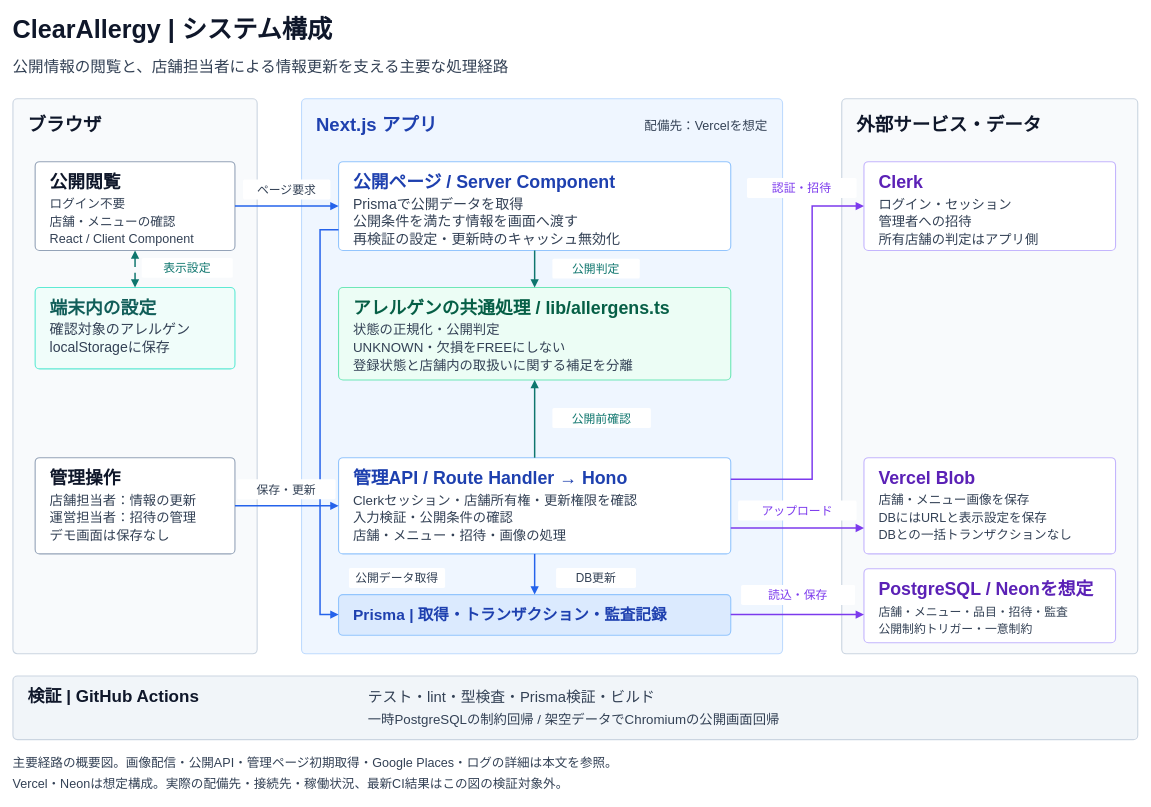
Kaito-Iwase/ClearAllergy keeps this draw.io diagram as docs/guide/diagrams/clearallergy-architecture.drawio. Above is the earlier version. Source tidied: cells renumbered, new cells numbered last; positions are measured from the earlier drawing's top-left corner, leaving out a move shared by most shapes. Both pictures are drawn from the tidied source at 74%, with x=0, y=0 at pixel (13, 13).
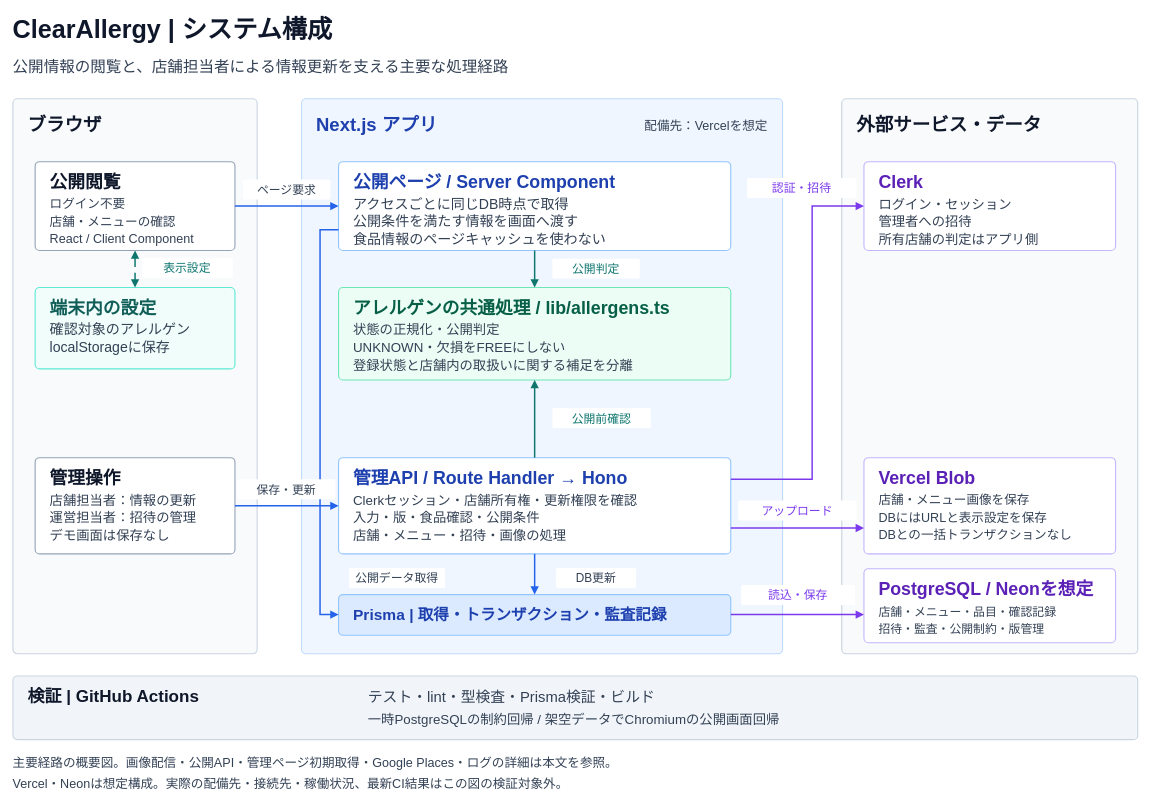
After the change.

Change to the diagram source:
```diff
@@
-    <mxCell id="27" value="Prismaで公開データを取得" style="text;html=0;strokeColor=none;fillColor=none;align=left;verticalAlign=middle;whiteSpace=wrap;rounded=0;fontFamily=Yu Gothic UI;fontSize=19;fontColor=#334155;fontStyle=0;spacing=0;" parent="1" vertex="1">
+    <mxCell id="27" value="アクセスごとに同じDB時点で取得" style="text;html=0;strokeColor=none;fillColor=none;align=left;verticalAlign=middle;whiteSpace=wrap;rounded=0;fontFamily=Yu Gothic UI;fontSize=19;fontColor=#334155;fontStyle=0;spacing=0;" parent="1" vertex="1">
       <mxGeometry x="460" y="246" width="490" height="25" as="geometry" />
     </mxCell>
@@
-    <mxCell id="29" value="再検証の設定・更新時のキャッシュ無効化" style="text;html=0;strokeColor=none;fillColor=none;align=left;verticalAlign=middle;whiteSpace=wrap;rounded=0;fontFamily=Yu Gothic UI;fontSize=19;fontColor=#334155;fontStyle=0;spacing=0;" parent="1" vertex="1">
+    <mxCell id="29" value="食品情報のページキャッシュを使わない" style="text;html=0;strokeColor=none;fillColor=none;align=left;verticalAlign=middle;whiteSpace=wrap;rounded=0;fontFamily=Yu Gothic UI;fontSize=19;fontColor=#334155;fontStyle=0;spacing=0;" parent="1" vertex="1">
       <mxGeometry x="460" y="294" width="490" height="25" as="geometry" />
     </mxCell>
@@
-    <mxCell id="38" value="入力検証・公開条件の確認" style="text;html=0;strokeColor=none;fillColor=none;align=left;verticalAlign=middle;whiteSpace=wrap;rounded=0;fontFamily=Yu Gothic UI;fontSize=18;fontColor=#334155;fontStyle=0;spacing=0;" parent="1" vertex="1">
+    <mxCell id="38" value="入力・版・食品確認・公開条件" style="text;html=0;strokeColor=none;fillColor=none;align=left;verticalAlign=middle;whiteSpace=wrap;rounded=0;fontFamily=Yu Gothic UI;fontSize=18;fontColor=#334155;fontStyle=0;spacing=0;" parent="1" vertex="1">
       <mxGeometry x="460" y="670" width="490" height="25" as="geometry" />
     </mxCell>
@@
-    <mxCell id="54" value="店舗・メニュー・品目・招待・監査" style="text;html=0;strokeColor=none;fillColor=none;align=left;verticalAlign=middle;whiteSpace=wrap;rounded=0;fontFamily=Yu Gothic UI;fontSize=16;fontColor=#334155;fontStyle=0;spacing=0;" parent="1" vertex="1">
+    <mxCell id="54" value="店舗・メニュー・品目・確認記録" style="text;html=0;strokeColor=none;fillColor=none;align=left;verticalAlign=middle;whiteSpace=wrap;rounded=0;fontFamily=Yu Gothic UI;fontSize=16;fontColor=#334155;fontStyle=0;spacing=0;" parent="1" vertex="1">
       <mxGeometry x="1170" y="796" width="300" height="25" as="geometry" />
     </mxCell>
-    <mxCell id="55" value="公開制約トリガー・一意制約" style="text;html=0;strokeColor=none;fillColor=none;align=left;verticalAlign=middle;whiteSpace=wrap;rounded=0;fontFamily=Yu Gothic UI;fontSize=16;fontColor=#334155;fontStyle=0;spacing=0;" parent="1" vertex="1">
+    <mxCell id="55" value="招待・監査・公開制約・版管理" style="text;html=0;strokeColor=none;fillColor=none;align=left;verticalAlign=middle;whiteSpace=wrap;rounded=0;fontFamily=Yu Gothic UI;fontSize=16;fontColor=#334155;fontStyle=0;spacing=0;" parent="1" vertex="1">
       <mxGeometry x="1170" y="820" width="300" height="25" as="geometry" />
     </mxCell>
```
